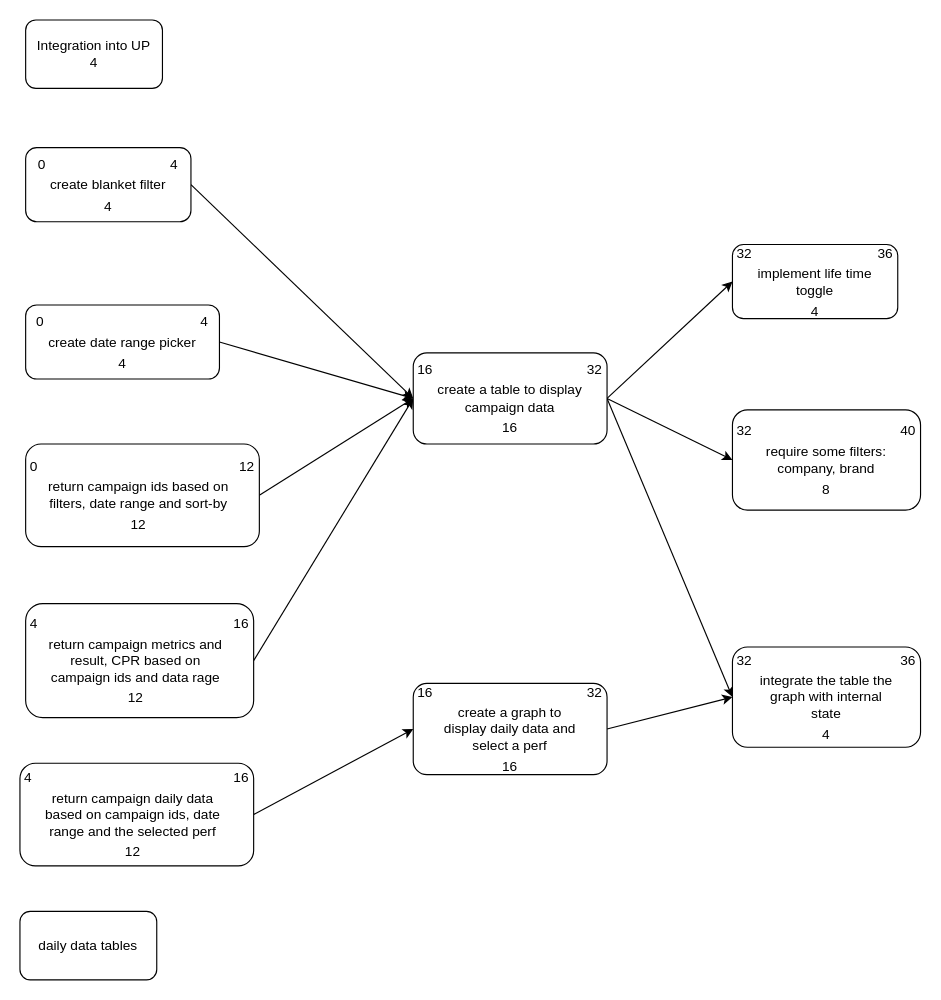
The draw.io diagram ExplorerSchedule.drawio in mengdage/project-diagram, before the edit. Source tidied: cells renumbered, new cells numbered last; positions are measured from the earlier drawing's top-left corner, leaving out a move shared by most shapes. Both pictures are drawn from the tidied source at 114%, with x=0, y=0 at pixel (19, 19).
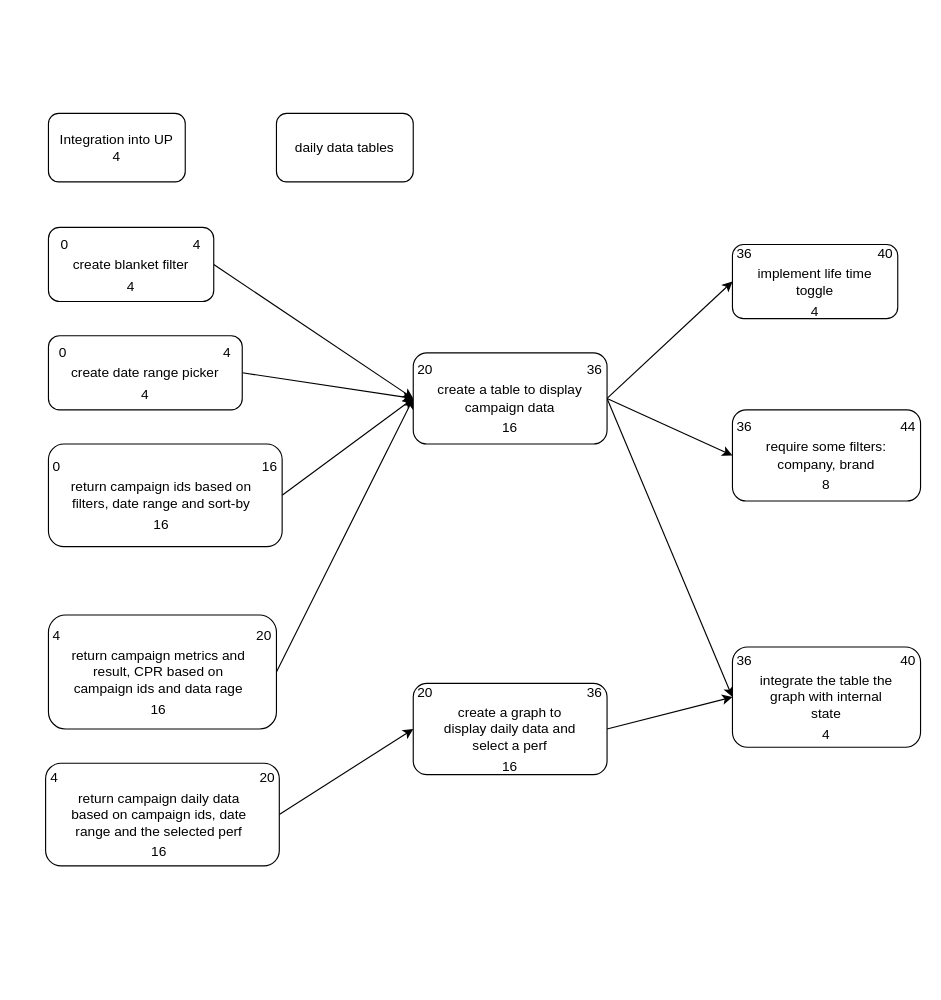
The same diagram, later.

The edit, as a diff of the source:
```diff
@@
-    <mxCell id="6" value="&lt;div&gt;&lt;table&gt;&lt;tbody&gt;&lt;tr&gt;&lt;td&gt;4&lt;/td&gt;&lt;td&gt;&lt;br&gt;&lt;/td&gt;&lt;td&gt;16&lt;/td&gt;&lt;/tr&gt;&lt;tr&gt;&lt;td&gt;&lt;br&gt;&lt;/td&gt;&lt;td&gt;return campaign metrics and result, CPR based on campaign ids and data rage&lt;br&gt;&lt;/td&gt;&lt;td&gt;&lt;br&gt;&lt;/td&gt;&lt;/tr&gt;&lt;tr&gt;&lt;td&gt;&lt;br&gt;&lt;/td&gt;&lt;td&gt;12&lt;/td&gt;&lt;td&gt;&lt;br&gt;&lt;/td&gt;&lt;/tr&gt;&lt;/tbody&gt;&lt;/table&gt;&lt;/div&gt;" style="rounded=1;whiteSpace=wrap;html=1;align=center;" parent="1" vertex="1">
-      <mxGeometry x="5" y="512" width="200" height="100" as="geometry" />
+    <mxCell id="6" value="&lt;div&gt;&lt;table&gt;&lt;tbody&gt;&lt;tr&gt;&lt;td&gt;4&lt;/td&gt;&lt;td&gt;&lt;br&gt;&lt;/td&gt;&lt;td&gt;20&lt;/td&gt;&lt;/tr&gt;&lt;tr&gt;&lt;td&gt;&lt;br&gt;&lt;/td&gt;&lt;td&gt;return campaign metrics and result, CPR based on campaign ids and data rage&lt;br&gt;&lt;/td&gt;&lt;td&gt;&lt;br&gt;&lt;/td&gt;&lt;/tr&gt;&lt;tr&gt;&lt;td&gt;&lt;br&gt;&lt;/td&gt;&lt;td&gt;16&lt;/td&gt;&lt;td&gt;&lt;br&gt;&lt;/td&gt;&lt;/tr&gt;&lt;/tbody&gt;&lt;/table&gt;&lt;/div&gt;" style="rounded=1;whiteSpace=wrap;html=1;align=center;" parent="1" vertex="1">
+      <mxGeometry x="25" y="522" width="200" height="100" as="geometry" />
     </mxCell>
@@
-    <mxCell id="11" value="&lt;table&gt;&lt;tbody&gt;&lt;tr&gt;&lt;td&gt;16&lt;/td&gt;&lt;td&gt;&lt;br&gt;&lt;/td&gt;&lt;td&gt;32&lt;/td&gt;&lt;/tr&gt;&lt;tr&gt;&lt;td&gt;&lt;br&gt;&lt;/td&gt;&lt;td&gt;create a table to display campaign data&lt;br&gt;&lt;/td&gt;&lt;td&gt;&lt;br&gt;&lt;/td&gt;&lt;/tr&gt;&lt;tr&gt;&lt;td&gt;&lt;br&gt;&lt;/td&gt;&lt;td&gt;16&lt;/td&gt;&lt;td&gt;&lt;br&gt;&lt;/td&gt;&lt;/tr&gt;&lt;/tbody&gt;&lt;/table&gt;" style="rounded=1;whiteSpace=wrap;html=1;" parent="1" vertex="1">
+    <mxCell id="11" value="&lt;table&gt;&lt;tbody&gt;&lt;tr&gt;&lt;td&gt;20&lt;/td&gt;&lt;td&gt;&lt;br&gt;&lt;/td&gt;&lt;td&gt;36&lt;/td&gt;&lt;/tr&gt;&lt;tr&gt;&lt;td&gt;&lt;br&gt;&lt;/td&gt;&lt;td&gt;create a table to display campaign data&lt;br&gt;&lt;/td&gt;&lt;td&gt;&lt;br&gt;&lt;/td&gt;&lt;/tr&gt;&lt;tr&gt;&lt;td&gt;&lt;br&gt;&lt;/td&gt;&lt;td&gt;16&lt;/td&gt;&lt;td&gt;&lt;br&gt;&lt;/td&gt;&lt;/tr&gt;&lt;/tbody&gt;&lt;/table&gt;" style="rounded=1;whiteSpace=wrap;html=1;" parent="1" vertex="1">
       <mxGeometry x="345" y="292" width="170" height="80" as="geometry" />
     </mxCell>
@@
-    <mxCell id="13" value="&lt;table&gt;&lt;tbody&gt;&lt;tr&gt;&lt;td&gt;0&lt;/td&gt;&lt;td&gt;&lt;br&gt;&lt;/td&gt;&lt;td&gt;12&lt;/td&gt;&lt;/tr&gt;&lt;tr&gt;&lt;td&gt;&lt;br&gt;&lt;/td&gt;&lt;td&gt;return campaign ids based on filters, date range and sort-by&lt;br&gt;&lt;/td&gt;&lt;td&gt;&lt;br&gt;&lt;/td&gt;&lt;/tr&gt;&lt;tr&gt;&lt;td&gt;&lt;br&gt;&lt;/td&gt;&lt;td&gt;12&lt;/td&gt;&lt;td&gt;&lt;br&gt;&lt;/td&gt;&lt;/tr&gt;&lt;/tbody&gt;&lt;/table&gt;" style="rounded=1;whiteSpace=wrap;html=1;align=center;" parent="1" vertex="1">
-      <mxGeometry x="5" y="372" width="205" height="90" as="geometry" />
+    <mxCell id="13" value="&lt;table&gt;&lt;tbody&gt;&lt;tr&gt;&lt;td&gt;0&lt;/td&gt;&lt;td&gt;&lt;br&gt;&lt;/td&gt;&lt;td&gt;16&lt;/td&gt;&lt;/tr&gt;&lt;tr&gt;&lt;td&gt;&lt;br&gt;&lt;/td&gt;&lt;td&gt;return campaign ids based on filters, date range and sort-by&lt;br&gt;&lt;/td&gt;&lt;td&gt;&lt;br&gt;&lt;/td&gt;&lt;/tr&gt;&lt;tr&gt;&lt;td&gt;&lt;br&gt;&lt;/td&gt;&lt;td&gt;16&lt;/td&gt;&lt;td&gt;&lt;br&gt;&lt;/td&gt;&lt;/tr&gt;&lt;/tbody&gt;&lt;/table&gt;" style="rounded=1;whiteSpace=wrap;html=1;align=center;" parent="1" vertex="1">
+      <mxGeometry x="25" y="372" width="205" height="90" as="geometry" />
     </mxCell>
-    <mxCell id="14" value="&lt;div&gt;&lt;table&gt;&lt;tbody&gt;&lt;tr&gt;&lt;td&gt;4&lt;/td&gt;&lt;td&gt;&lt;br&gt;&lt;/td&gt;&lt;td&gt;16&lt;/td&gt;&lt;/tr&gt;&lt;tr&gt;&lt;td&gt;&lt;br&gt;&lt;/td&gt;&lt;td&gt;return campaign daily data based on campaign ids, date range and the selected perf&lt;br&gt;&lt;/td&gt;&lt;td&gt;&lt;br&gt;&lt;/td&gt;&lt;/tr&gt;&lt;tr&gt;&lt;td&gt;&lt;br&gt;&lt;/td&gt;&lt;td&gt;12&lt;/td&gt;&lt;td&gt;&lt;br&gt;&lt;/td&gt;&lt;/tr&gt;&lt;/tbody&gt;&lt;/table&gt;&lt;/div&gt;" style="rounded=1;whiteSpace=wrap;html=1;align=center;" parent="1" vertex="1">
-      <mxGeometry y="652" width="205" height="90" as="geometry" />
+    <mxCell id="14" value="&lt;div&gt;&lt;table&gt;&lt;tbody&gt;&lt;tr&gt;&lt;td&gt;4&lt;/td&gt;&lt;td&gt;&lt;br&gt;&lt;/td&gt;&lt;td&gt;20&lt;/td&gt;&lt;/tr&gt;&lt;tr&gt;&lt;td&gt;&lt;br&gt;&lt;/td&gt;&lt;td&gt;return campaign daily data based on campaign ids, date range and the selected perf&lt;br&gt;&lt;/td&gt;&lt;td&gt;&lt;br&gt;&lt;/td&gt;&lt;/tr&gt;&lt;tr&gt;&lt;td&gt;&lt;br&gt;&lt;/td&gt;&lt;td&gt;16&lt;/td&gt;&lt;td&gt;&lt;br&gt;&lt;/td&gt;&lt;/tr&gt;&lt;/tbody&gt;&lt;/table&gt;&lt;/div&gt;" style="rounded=1;whiteSpace=wrap;html=1;align=center;" parent="1" vertex="1">
+      <mxGeometry x="22.5" y="652" width="205" height="90" as="geometry" />
     </mxCell>
     <mxCell id="15" value="&lt;table&gt;&lt;tbody&gt;&lt;tr&gt;&lt;td&gt;0&lt;/td&gt;&lt;td&gt;&lt;br&gt;&lt;/td&gt;&lt;td&gt;4&lt;/td&gt;&lt;/tr&gt;&lt;tr&gt;&lt;td&gt;&lt;br&gt;&lt;/td&gt;&lt;td&gt;create date range picker&lt;br&gt;&lt;/td&gt;&lt;td&gt;&lt;br&gt;&lt;/td&gt;&lt;/tr&gt;&lt;tr&gt;&lt;td&gt;&lt;br&gt;&lt;/td&gt;&lt;td&gt;4&lt;/td&gt;&lt;td&gt;&lt;br&gt;&lt;/td&gt;&lt;/tr&gt;&lt;/tbody&gt;&lt;/table&gt;" style="rounded=1;whiteSpace=wrap;html=1;align=center;" parent="1" vertex="1">
-      <mxGeometry x="5" y="250" width="170" height="65" as="geometry" />
+      <mxGeometry x="25" y="277" width="170" height="65" as="geometry" />
     </mxCell>
     <mxCell id="16" value="&lt;table&gt;&lt;tbody&gt;&lt;tr&gt;&lt;td&gt;0&lt;/td&gt;&lt;td&gt;&lt;br&gt;&lt;/td&gt;&lt;td&gt;4&lt;/td&gt;&lt;/tr&gt;&lt;tr&gt;&lt;td&gt;&lt;br&gt;&lt;/td&gt;&lt;td&gt;create blanket filter&lt;br&gt;&lt;/td&gt;&lt;td&gt;&lt;br&gt;&lt;/td&gt;&lt;/tr&gt;&lt;tr&gt;&lt;td&gt;&lt;br&gt;&lt;/td&gt;&lt;td&gt;4&lt;/td&gt;&lt;td&gt;&lt;br&gt;&lt;/td&gt;&lt;/tr&gt;&lt;/tbody&gt;&lt;/table&gt;" style="rounded=1;whiteSpace=wrap;html=1;align=center;" parent="1" vertex="1">
-      <mxGeometry x="5" y="112" width="145" height="65" as="geometry" />
+      <mxGeometry x="25" y="182" width="145" height="65" as="geometry" />
     </mxCell>
-    <mxCell id="17" value="&lt;table&gt;&lt;tbody&gt;&lt;tr&gt;&lt;td&gt;16&lt;/td&gt;&lt;td&gt;&lt;br&gt;&lt;/td&gt;&lt;td&gt;32&lt;/td&gt;&lt;/tr&gt;&lt;tr&gt;&lt;td&gt;&lt;br&gt;&lt;/td&gt;&lt;td&gt;create a graph to display daily data and select a perf&lt;br&gt;&lt;/td&gt;&lt;td&gt;&lt;br&gt;&lt;/td&gt;&lt;/tr&gt;&lt;tr&gt;&lt;td&gt;&lt;br&gt;&lt;/td&gt;&lt;td&gt;16&lt;/td&gt;&lt;td&gt;&lt;br&gt;&lt;/td&gt;&lt;/tr&gt;&lt;/tbody&gt;&lt;/table&gt;" style="rounded=1;whiteSpace=wrap;html=1;" parent="1" vertex="1">
+    <mxCell id="17" value="&lt;table&gt;&lt;tbody&gt;&lt;tr&gt;&lt;td&gt;20&lt;/td&gt;&lt;td&gt;&lt;br&gt;&lt;/td&gt;&lt;td&gt;36&lt;/td&gt;&lt;/tr&gt;&lt;tr&gt;&lt;td&gt;&lt;br&gt;&lt;/td&gt;&lt;td&gt;create a graph to display daily data and select a perf&lt;br&gt;&lt;/td&gt;&lt;td&gt;&lt;br&gt;&lt;/td&gt;&lt;/tr&gt;&lt;tr&gt;&lt;td&gt;&lt;br&gt;&lt;/td&gt;&lt;td&gt;16&lt;/td&gt;&lt;td&gt;&lt;br&gt;&lt;/td&gt;&lt;/tr&gt;&lt;/tbody&gt;&lt;/table&gt;" style="rounded=1;whiteSpace=wrap;html=1;" parent="1" vertex="1">
       <mxGeometry x="345" y="582" width="170" height="80" as="geometry" />
     </mxCell>
-    <mxCell id="18" value="&lt;table&gt;&lt;tbody&gt;&lt;tr&gt;&lt;td&gt;32&lt;/td&gt;&lt;td&gt;&lt;br&gt;&lt;/td&gt;&lt;td&gt;36&lt;/td&gt;&lt;/tr&gt;&lt;tr&gt;&lt;td&gt;&lt;br&gt;&lt;/td&gt;&lt;td&gt;implement life time toggle&lt;br&gt;&lt;/td&gt;&lt;td&gt;&lt;br&gt;&lt;/td&gt;&lt;/tr&gt;&lt;tr&gt;&lt;td&gt;&lt;br&gt;&lt;/td&gt;&lt;td&gt;4&lt;/td&gt;&lt;td&gt;&lt;br&gt;&lt;/td&gt;&lt;/tr&gt;&lt;/tbody&gt;&lt;/table&gt;" style="rounded=1;whiteSpace=wrap;html=1;align=center;" parent="1" vertex="1">
+    <mxCell id="18" value="&lt;table&gt;&lt;tbody&gt;&lt;tr&gt;&lt;td&gt;36&lt;/td&gt;&lt;td&gt;&lt;br&gt;&lt;/td&gt;&lt;td&gt;40&lt;/td&gt;&lt;/tr&gt;&lt;tr&gt;&lt;td&gt;&lt;br&gt;&lt;/td&gt;&lt;td&gt;implement life time toggle&lt;br&gt;&lt;/td&gt;&lt;td&gt;&lt;br&gt;&lt;/td&gt;&lt;/tr&gt;&lt;tr&gt;&lt;td&gt;&lt;br&gt;&lt;/td&gt;&lt;td&gt;4&lt;/td&gt;&lt;td&gt;&lt;br&gt;&lt;/td&gt;&lt;/tr&gt;&lt;/tbody&gt;&lt;/table&gt;" style="rounded=1;whiteSpace=wrap;html=1;align=center;" parent="1" vertex="1">
       <mxGeometry x="625" y="197" width="145" height="65" as="geometry" />
     </mxCell>
-    <mxCell id="19" value="&lt;table&gt;&lt;tbody&gt;&lt;tr&gt;&lt;td&gt;32&lt;/td&gt;&lt;td&gt;&lt;br&gt;&lt;/td&gt;&lt;td&gt;40&lt;/td&gt;&lt;/tr&gt;&lt;tr&gt;&lt;td&gt;&lt;br&gt;&lt;/td&gt;&lt;td&gt;require some filters: company, brand&lt;br&gt;&lt;/td&gt;&lt;td&gt;&lt;br&gt;&lt;/td&gt;&lt;/tr&gt;&lt;tr&gt;&lt;td&gt;&lt;br&gt;&lt;/td&gt;&lt;td&gt;8&lt;/td&gt;&lt;td&gt;&lt;br&gt;&lt;/td&gt;&lt;/tr&gt;&lt;/tbody&gt;&lt;/table&gt;" style="rounded=1;whiteSpace=wrap;html=1;align=center;" parent="1" vertex="1">
-      <mxGeometry x="625" y="342" width="165" height="88" as="geometry" />
+    <mxCell id="19" value="&lt;table&gt;&lt;tbody&gt;&lt;tr&gt;&lt;td&gt;36&lt;/td&gt;&lt;td&gt;&lt;br&gt;&lt;/td&gt;&lt;td&gt;44&lt;/td&gt;&lt;/tr&gt;&lt;tr&gt;&lt;td&gt;&lt;br&gt;&lt;/td&gt;&lt;td&gt;require some filters: company, brand&lt;br&gt;&lt;/td&gt;&lt;td&gt;&lt;br&gt;&lt;/td&gt;&lt;/tr&gt;&lt;tr&gt;&lt;td&gt;&lt;br&gt;&lt;/td&gt;&lt;td&gt;8&lt;/td&gt;&lt;td&gt;&lt;br&gt;&lt;/td&gt;&lt;/tr&gt;&lt;/tbody&gt;&lt;/table&gt;" style="rounded=1;whiteSpace=wrap;html=1;align=center;" parent="1" vertex="1">
+      <mxGeometry x="625" y="342" width="165" height="80" as="geometry" />
     </mxCell>
-    <mxCell id="20" value="&lt;table&gt;&lt;tbody&gt;&lt;tr&gt;&lt;td&gt;32&lt;/td&gt;&lt;td&gt;&lt;br&gt;&lt;/td&gt;&lt;td&gt;36&lt;/td&gt;&lt;/tr&gt;&lt;tr&gt;&lt;td&gt;&lt;br&gt;&lt;/td&gt;&lt;td&gt;integrate the table the graph with internal state&lt;br&gt;&lt;/td&gt;&lt;td&gt;&lt;br&gt;&lt;/td&gt;&lt;/tr&gt;&lt;tr&gt;&lt;td&gt;&lt;br&gt;&lt;/td&gt;&lt;td&gt;4&lt;/td&gt;&lt;td&gt;&lt;br&gt;&lt;/td&gt;&lt;/tr&gt;&lt;/tbody&gt;&lt;/table&gt;" style="rounded=1;whiteSpace=wrap;html=1;align=center;" parent="1" vertex="1">
+    <mxCell id="20" value="&lt;table&gt;&lt;tbody&gt;&lt;tr&gt;&lt;td&gt;36&lt;/td&gt;&lt;td&gt;&lt;br&gt;&lt;/td&gt;&lt;td&gt;40&lt;/td&gt;&lt;/tr&gt;&lt;tr&gt;&lt;td&gt;&lt;br&gt;&lt;/td&gt;&lt;td&gt;integrate the table the graph with internal state&lt;br&gt;&lt;/td&gt;&lt;td&gt;&lt;br&gt;&lt;/td&gt;&lt;/tr&gt;&lt;tr&gt;&lt;td&gt;&lt;br&gt;&lt;/td&gt;&lt;td&gt;4&lt;/td&gt;&lt;td&gt;&lt;br&gt;&lt;/td&gt;&lt;/tr&gt;&lt;/tbody&gt;&lt;/table&gt;" style="rounded=1;whiteSpace=wrap;html=1;align=center;" parent="1" vertex="1">
       <mxGeometry x="625" y="550" width="165" height="88" as="geometry" />
     </mxCell>
     <mxCell id="21" value="daily data tables" style="rounded=1;whiteSpace=wrap;html=1;" parent="1" vertex="1">
-      <mxGeometry y="782" width="120" height="60" as="geometry" />
+      <mxGeometry x="225" y="82" width="120" height="60" as="geometry" />
     </mxCell>
     <mxCell id="22" value="Integration into UP&lt;br&gt;4" style="rounded=1;whiteSpace=wrap;html=1;" parent="1" vertex="1">
-      <mxGeometry x="5" width="120" height="60" as="geometry" />
+      <mxGeometry x="25" y="82" width="120" height="60" as="geometry" />
     </mxCell>
```
